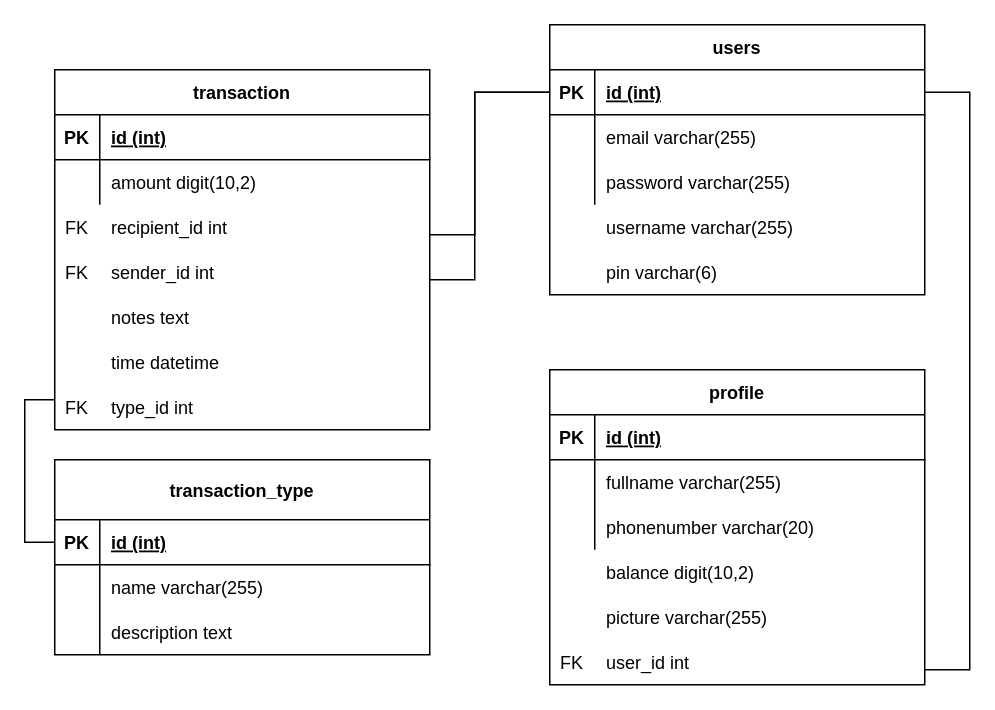
This is zwallet.drawio from triharyoibrahim/fw9-backend, a draw.io file, before an edit. Source tidied: cells renumbered, new cells numbered last; positions are measured from the earlier drawing's top-left corner, leaving out a move shared by most shapes. Both pictures are drawn from the tidied source at 150%, with x=0, y=0 at pixel (24, 24).
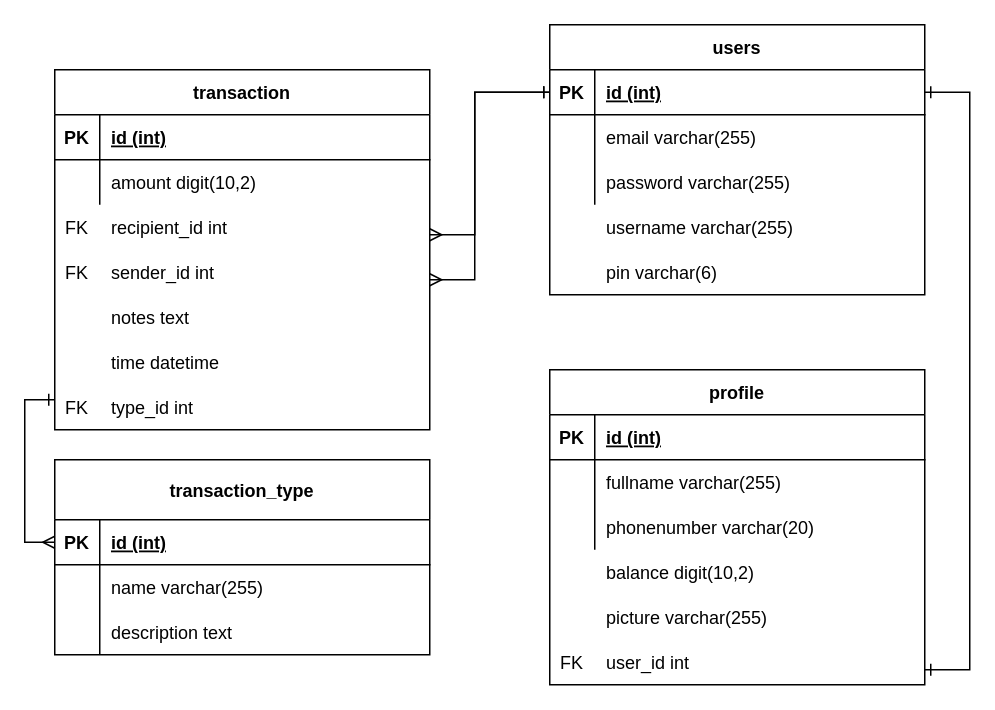
The same diagram, later.

Commit message:
ERD add cardinality

Unchanged cells that the change refers to:
```xml
<mxCell id="3" style="shape=partialRectangle;fillColor=none;points=[[0,0.5],[1,0.5]];portConstraint=eastwest;top=0;left=0;right=0;bottom=1;" parent="2" vertex="1">
  <mxGeometry y="30" width="250" height="30" as="geometry" />
</mxCell>
<mxCell id="30" style="shape=partialRectangle;fillColor=none;points=[[0,0.5],[1,0.5]];portConstraint=eastwest;top=0;left=0;right=0;bottom=1;" parent="29" vertex="1">
  <mxGeometry y="40" width="250" height="30" as="geometry" />
</mxCell>
```

What changed in the source:
```diff
@@
-    <mxCell id="57" style="edgeStyle=orthogonalEdgeStyle;rounded=0;jettySize=auto;html=1;exitX=1;exitY=0.5;exitDx=0;exitDy=0;endArrow=none;endFill=0;" parent="1" edge="1" source="3">
+    <mxCell id="57" style="edgeStyle=orthogonalEdgeStyle;rounded=0;jettySize=auto;html=1;exitX=1;exitY=0.5;exitDx=0;exitDy=0;endArrow=ERone;endFill=0;startArrow=ERone;startFill=0;" parent="1" edge="1" source="3">
       <mxGeometry relative="1" as="geometry">
         <mxPoint x="600" y="430" as="targetPoint" />
         <Array as="points">
           <mxPoint x="630" y="45" />
           <mxPoint x="630" y="430" />
         </Array>
       </mxGeometry>
     </mxCell>
-    <mxCell id="58" style="edgeStyle=orthogonalEdgeStyle;rounded=0;jettySize=auto;html=1;endArrow=none;endFill=0;" parent="1" edge="1" source="30">
+    <mxCell id="58" style="edgeStyle=orthogonalEdgeStyle;rounded=0;jettySize=auto;html=1;endArrow=ERone;endFill=0;startArrow=ERmany;startFill=0;" parent="1" edge="1" source="30">
       <mxGeometry relative="1" as="geometry">
         <mxPoint x="20" y="250" as="targetPoint" />
         <Array as="points">
           <mxPoint y="345" />
           <mxPoint y="250" />
         </Array>
       </mxGeometry>
     </mxCell>
-    <mxCell id="59" style="edgeStyle=orthogonalEdgeStyle;rounded=0;jettySize=auto;html=1;endArrow=none;endFill=0;" parent="1" edge="1" source="3">
+    <mxCell id="59" style="edgeStyle=orthogonalEdgeStyle;rounded=0;jettySize=auto;html=1;endArrow=ERmany;endFill=0;startArrow=ERone;startFill=0;" parent="1" edge="1" source="3">
       <mxGeometry relative="1" as="geometry">
         <mxPoint x="270" y="140" as="targetPoint" />
         <Array as="points">
           <mxPoint x="300" y="45" />
           <mxPoint x="300" y="140" />
         </Array>
       </mxGeometry>
     </mxCell>
-    <mxCell id="60" style="edgeStyle=orthogonalEdgeStyle;rounded=0;jettySize=auto;html=1;endArrow=none;endFill=0;" parent="1" edge="1" source="3">
+    <mxCell id="60" style="edgeStyle=orthogonalEdgeStyle;rounded=0;jettySize=auto;html=1;endArrow=ERmany;endFill=0;startArrow=ERone;startFill=0;strokeColor=default;" parent="1" edge="1" source="3">
       <mxGeometry relative="1" as="geometry">
         <mxPoint x="270" y="170" as="targetPoint" />
         <Array as="points">
           <mxPoint x="300" y="45" />
           <mxPoint x="300" y="170" />
         </Array>
       </mxGeometry>
     </mxCell>
```
